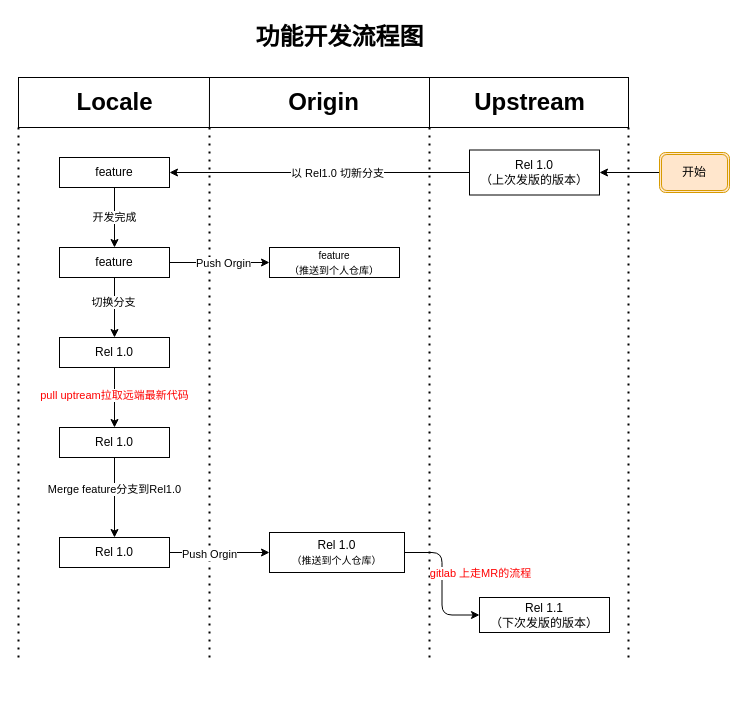
Above: page "第 1 页" (1 of 2) of 未命名绘图.drawio in LeoJ-cn/Diagrams (draw.io), before the change. Source tidied: cells renumbered, new cells numbered last; positions are measured from the earlier drawing's top-left corner, leaving out a move shared by most shapes. Both pictures are drawn from the tidied source at 100%, with x=0, y=0 at pixel (18, 17).
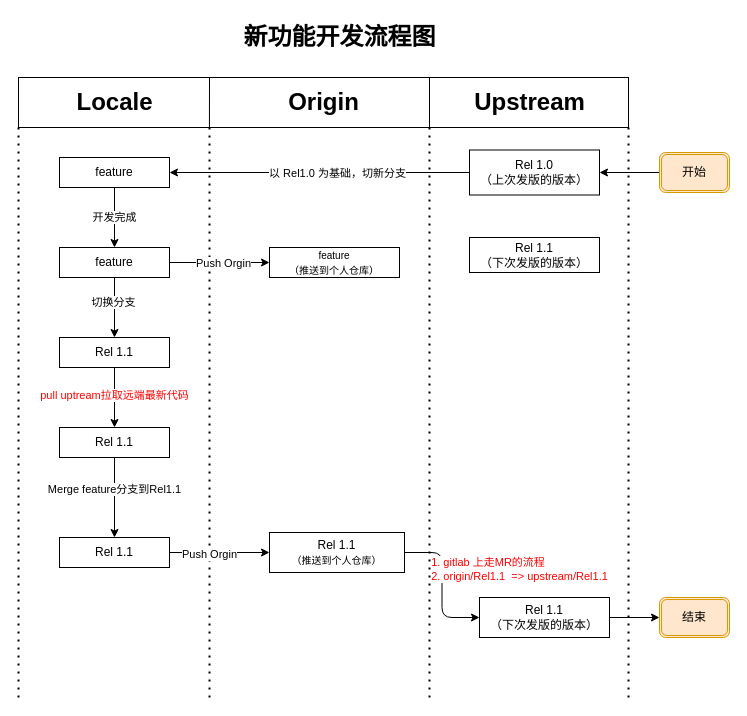
After the change.

Commit message:
新功能流程图.drawio

Unchanged cells that the change refers to:
```xml
<mxCell id="9" style="edgeStyle=orthogonalEdgeStyle;curved=0;rounded=1;sketch=0;jettySize=auto;html=1;entryX=1;entryY=0.5;entryDx=0;entryDy=0;fontColor=#000000;" parent="1" edge="1" source="11" target="16">
  <mxGeometry relative="1" as="geometry" />
</mxCell>
<mxCell id="29" style="edgeStyle=orthogonalEdgeStyle;curved=0;rounded=1;sketch=0;jettySize=auto;html=1;entryX=0.5;entryY=0;entryDx=0;entryDy=0;fontColor=#000000;" parent="1" edge="1" source="31" target="34">
  <mxGeometry relative="1" as="geometry" />
</mxCell>
<mxCell id="35" style="edgeStyle=orthogonalEdgeStyle;curved=0;rounded=1;sketch=0;jettySize=auto;html=1;exitX=1;exitY=0.5;exitDx=0;exitDy=0;entryX=0;entryY=0.5;entryDx=0;entryDy=0;fontColor=#000000;" parent="1" edge="1" source="37" target="38">
  <mxGeometry relative="1" as="geometry" />
</mxCell>
```

Diff of the diagram source:
```diff
@@
     <mxCell id="6" style="endArrow=none;dashed=1;html=1;dashPattern=1 3;strokeWidth=2;" parent="1" edge="1">
       <mxGeometry relative="1" as="geometry">
-        <mxPoint y="640" as="sourcePoint" />
+        <mxPoint y="680" as="sourcePoint" />
         <mxPoint y="110" as="targetPoint" />
       </mxGeometry>
     </mxCell>
     <mxCell id="7" style="endArrow=none;dashed=1;html=1;dashPattern=1 3;strokeWidth=2;" parent="1" edge="1">
       <mxGeometry relative="1" as="geometry">
-        <mxPoint x="411" y="640" as="sourcePoint" />
+        <mxPoint x="411" y="680" as="sourcePoint" />
         <mxPoint x="411" y="110" as="targetPoint" />
       </mxGeometry>
     </mxCell>
     <mxCell id="8" style="endArrow=none;dashed=1;html=1;dashPattern=1 3;strokeWidth=2;" parent="1" edge="1">
       <mxGeometry relative="1" as="geometry">
-        <mxPoint x="610" y="640" as="sourcePoint" />
+        <mxPoint x="610" y="680" as="sourcePoint" />
         <mxPoint x="610" y="110" as="targetPoint" />
       </mxGeometry>
     </mxCell>
@@
-    <mxCell id="10" value="以 Rel1.0 切新分支" style="edgeLabel;html=1;align=center;verticalAlign=middle;fontColor=#000000;" parent="9" vertex="1">
+    <mxCell id="10" value="以 Rel1.0 为基础，切新分支" style="edgeLabel;html=1;align=center;verticalAlign=middle;fontColor=#000000;" parent="9" vertex="1">
       <mxGeometry x="0.29" y="-2" relative="1" as="geometry">
         <mxPoint x="61" y="2" as="offset" />
       </mxGeometry>
     </mxCell>
@@
-    <mxCell id="12" value="功能开发流程图" style="text;strokeColor=none;fillColor=none;html=1;fontSize=24;fontStyle=1;verticalAlign=middle;align=center;rounded=0;sketch=0;" parent="1" vertex="1">
+    <mxCell id="12" value="新功能开发流程图" style="text;strokeColor=none;fillColor=none;html=1;fontSize=24;fontStyle=1;verticalAlign=middle;align=center;rounded=0;sketch=0;" parent="1" vertex="1">
       <mxGeometry x="271" width="100" height="40" as="geometry" />
     </mxCell>
@@
     <mxCell id="18" style="endArrow=none;dashed=1;html=1;dashPattern=1 3;strokeWidth=2;" parent="1" edge="1">
       <mxGeometry relative="1" as="geometry">
-        <mxPoint x="191" y="640" as="sourcePoint" />
+        <mxPoint x="191" y="680" as="sourcePoint" />
         <mxPoint x="191" y="110" as="targetPoint" />
       </mxGeometry>
     </mxCell>
@@
-    <mxCell id="28" value="&lt;span style=&quot;font-weight: 400&quot;&gt;Rel 1.0&lt;/span&gt;" style="rounded=0;whiteSpace=wrap;html=1;sketch=0;fontColor=#000000;fontStyle=1;" parent="1" vertex="1">
+    <mxCell id="28" value="&lt;span style=&quot;font-weight: 400&quot;&gt;Rel 1.1&lt;/span&gt;" style="rounded=0;whiteSpace=wrap;html=1;sketch=0;fontColor=#000000;fontStyle=1;" parent="1" vertex="1">
       <mxGeometry x="41" y="320" width="110" height="30" as="geometry" />
     </mxCell>
@@
-    <mxCell id="30" value="Merge feature分支到Rel1.0" style="edgeLabel;html=1;align=center;verticalAlign=middle;fontColor=#000000;" parent="29" vertex="1">
+    <mxCell id="30" value="Merge feature分支到Rel1.1" style="edgeLabel;html=1;align=center;verticalAlign=middle;fontColor=#000000;" parent="29" vertex="1">
       <mxGeometry x="-0.22" y="-1" relative="1" as="geometry" />
     </mxCell>
-    <mxCell id="31" value="&lt;span style=&quot;font-weight: 400&quot;&gt;Rel 1.0&lt;/span&gt;" style="rounded=0;whiteSpace=wrap;html=1;sketch=0;fontColor=#000000;fontStyle=1;" parent="1" vertex="1">
+    <mxCell id="31" value="&lt;span style=&quot;font-weight: 400&quot;&gt;Rel 1.1&lt;/span&gt;" style="rounded=0;whiteSpace=wrap;html=1;sketch=0;fontColor=#000000;fontStyle=1;" parent="1" vertex="1">
       <mxGeometry x="41" y="410" width="110" height="30" as="geometry" />
     </mxCell>
@@
-    <mxCell id="34" value="&lt;span style=&quot;font-weight: 400&quot;&gt;Rel 1.0&lt;/span&gt;" style="rounded=0;whiteSpace=wrap;html=1;sketch=0;fontColor=#000000;fontStyle=1;" parent="1" vertex="1">
+    <mxCell id="34" value="&lt;span style=&quot;font-weight: 400&quot;&gt;Rel 1.1&lt;/span&gt;" style="rounded=0;whiteSpace=wrap;html=1;sketch=0;fontColor=#000000;fontStyle=1;" parent="1" vertex="1">
       <mxGeometry x="41" y="520" width="110" height="30" as="geometry" />
     </mxCell>
@@
-    <mxCell id="36" value="&lt;font color=&quot;#ff0000&quot;&gt;gitlab 上走MR的流程&lt;/font&gt;" style="edgeLabel;html=1;align=center;verticalAlign=middle;fontColor=#000000;" parent="35" vertex="1">
+    <mxCell id="36" value="&lt;div style=&quot;text-align: left&quot;&gt;&lt;span style=&quot;color: rgb(255 , 0 , 0)&quot;&gt;1. gitlab 上走MR的流程&lt;/span&gt;&lt;/div&gt;&lt;font color=&quot;#ff0000&quot;&gt;&lt;div style=&quot;text-align: left&quot;&gt;2. origin/Rel1.1&amp;nbsp; =&amp;gt; upstream/Rel1.1&lt;/div&gt;&lt;/font&gt;" style="edgeLabel;html=1;align=center;verticalAlign=middle;fontColor=#000000;" parent="35" vertex="1">
       <mxGeometry x="-0.37" relative="1" as="geometry">
-        <mxPoint x="38" y="15" as="offset" />
+        <mxPoint x="77" y="10" as="offset" />
       </mxGeometry>
     </mxCell>
-    <mxCell id="37" value="&lt;span style=&quot;font-weight: 400&quot;&gt;Rel 1.0&lt;br&gt;&lt;/span&gt;&lt;span style=&quot;font-size: 10px ; font-weight: 400&quot;&gt;（推送到个人仓库）&lt;/span&gt;&lt;span style=&quot;font-weight: 400&quot;&gt;&lt;br&gt;&lt;/span&gt;" style="rounded=0;whiteSpace=wrap;html=1;sketch=0;fontColor=#000000;fontStyle=1;" parent="1" vertex="1">
+    <mxCell id="37" value="&lt;span style=&quot;font-weight: 400&quot;&gt;Rel 1.1&lt;br&gt;&lt;/span&gt;&lt;span style=&quot;font-size: 10px ; font-weight: 400&quot;&gt;（推送到个人仓库）&lt;/span&gt;&lt;span style=&quot;font-weight: 400&quot;&gt;&lt;br&gt;&lt;/span&gt;" style="rounded=0;whiteSpace=wrap;html=1;sketch=0;fontColor=#000000;fontStyle=1;" parent="1" vertex="1">
       <mxGeometry x="251" y="515" width="135" height="40" as="geometry" />
     </mxCell>
+    <mxCell id="39" style="edgeStyle=orthogonalEdgeStyle;rounded=0;jettySize=auto;html=1;entryX=0;entryY=0.5;entryDx=0;entryDy=0;" parent="1" edge="1" source="38" target="41">
+      <mxGeometry relative="1" as="geometry" />
+    </mxCell>
     <mxCell id="38" value="Rel 1.1&lt;br&gt;（下次发版的版本）" style="rounded=0;whiteSpace=wrap;html=1;sketch=0;" parent="1" vertex="1">
-      <mxGeometry x="461" y="580" width="130" height="35" as="geometry" />
+      <mxGeometry x="461" y="580" width="130" height="40" as="geometry" />
     </mxCell>
+    <mxCell id="40" value="Rel 1.1&lt;br&gt;（下次发版的版本）" style="rounded=0;whiteSpace=wrap;html=1;sketch=0;" parent="1" vertex="1">
+      <mxGeometry x="451" y="220" width="130" height="35" as="geometry" />
+    </mxCell>
+    <mxCell id="41" value="结束" style="shape=ext;double=1;rounded=1;whiteSpace=wrap;html=1;sketch=0;fillColor=#ffe6cc;strokeColor=#d79b00;" parent="1" vertex="1">
+      <mxGeometry x="641" y="580" width="70" height="40" as="geometry" />
+    </mxCell>
```
